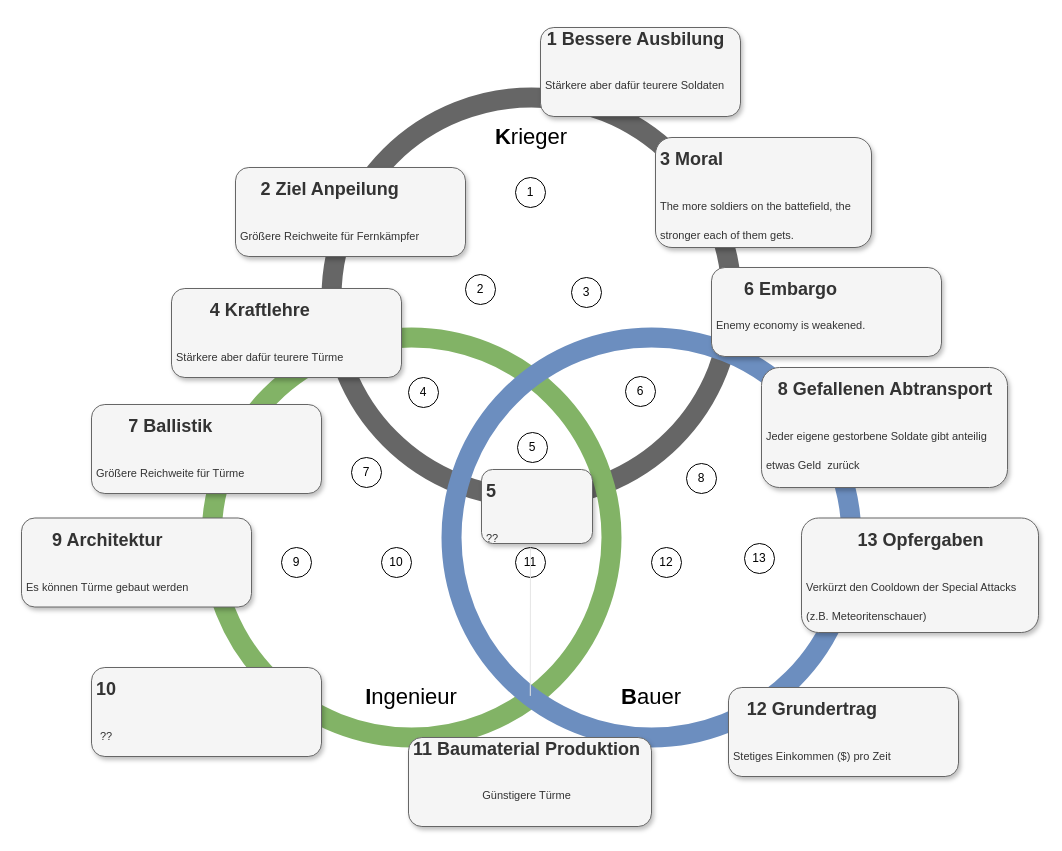
This is AgeOfWarGame/Assets/TechTree.drawio from Thommynator/AgeOfWarGame, a draw.io file, before an edit. Source tidied: cells renumbered, new cells numbered last; positions are measured from the earlier drawing's top-left corner, leaving out a move shared by most shapes. Both pictures are drawn from the tidied source at 100%, with x=0, y=0 at pixel (21, 27).
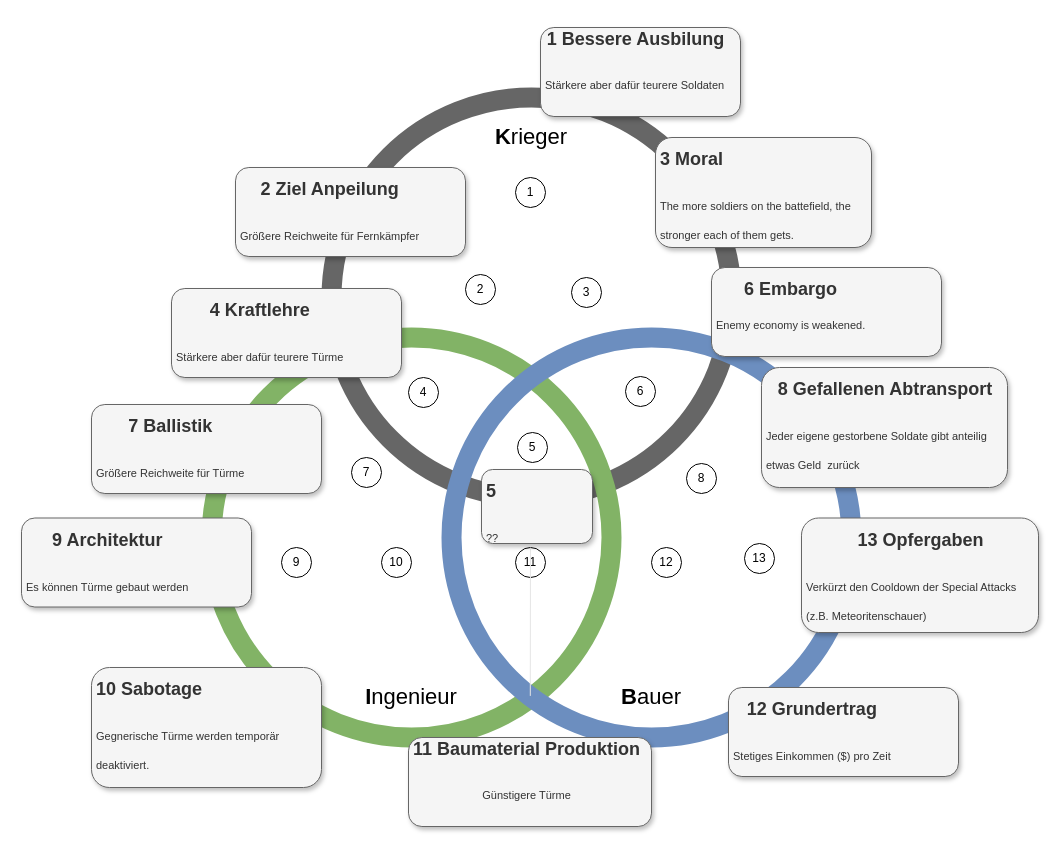
Above is the later version.

Diff of the diagram source:
```diff
@@
-    <mxCell id="30" value="&lt;p style=&quot;line-height: 30%&quot;&gt;&lt;/p&gt;&lt;h1 style=&quot;text-align: center&quot;&gt;&lt;span style=&quot;text-align: left ; font-size: 18px&quot;&gt;10&lt;/span&gt;&lt;/h1&gt;&lt;h1 style=&quot;text-align: center&quot;&gt;&lt;span style=&quot;font-size: 11px ; font-weight: 400 ; text-align: left&quot;&gt;??&lt;/span&gt;&lt;br&gt;&lt;/h1&gt;&lt;p&gt;&lt;/p&gt;" style="text;html=1;strokeColor=#666666;spacing=5;spacingTop=-20;whiteSpace=wrap;overflow=hidden;rounded=1;glass=0;fillColor=#f5f5f5;fontColor=#333333;shadow=1;" parent="1" vertex="1">
-      <mxGeometry x="70" y="640" width="230" height="89" as="geometry" />
+    <mxCell id="30" value="&lt;p style=&quot;line-height: 30%&quot;&gt;&lt;/p&gt;&lt;h1&gt;&lt;span style=&quot;font-size: 18px&quot;&gt;10 Sabotage&lt;/span&gt;&lt;/h1&gt;&lt;h1&gt;&lt;font style=&quot;font-size: 11px ; font-weight: normal&quot;&gt;Gegnerische Türme werden temporär deaktiviert.&lt;/font&gt;&lt;/h1&gt;&lt;p&gt;&lt;/p&gt;" style="text;html=1;strokeColor=#666666;spacing=5;spacingTop=-20;whiteSpace=wrap;overflow=hidden;rounded=1;glass=0;fillColor=#f5f5f5;fontColor=#333333;shadow=1;" parent="1" vertex="1">
+      <mxGeometry x="70" y="640" width="230" height="120" as="geometry" />
     </mxCell>
```
